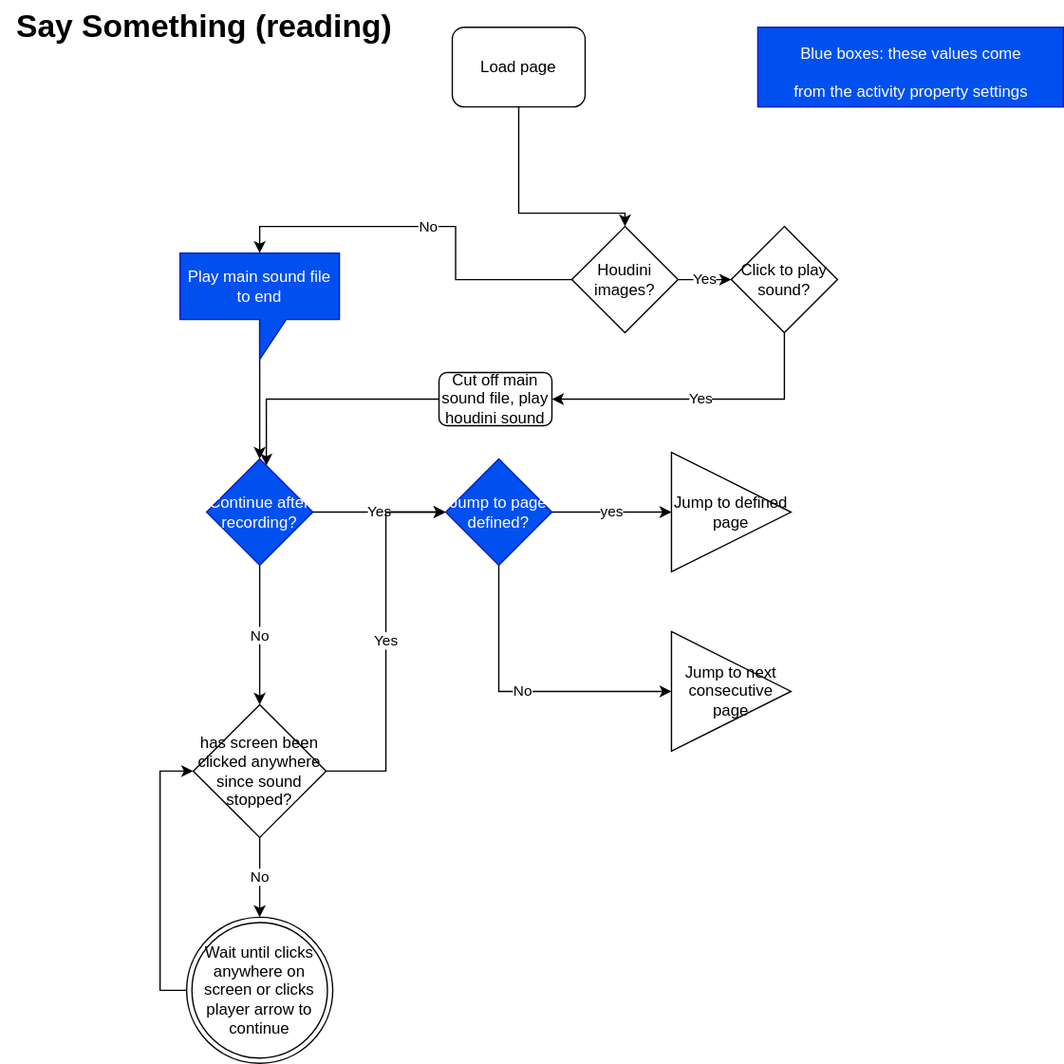
Before: legacy-player/Say-something.drawio.svg, a diagram exported from draw.io (ji-devs/ji-cloud-flowcharts). Source tidied: cells renumbered, new cells last; positions are measured from the earlier drawing's top-left corner, leaving out a move shared by most shapes.
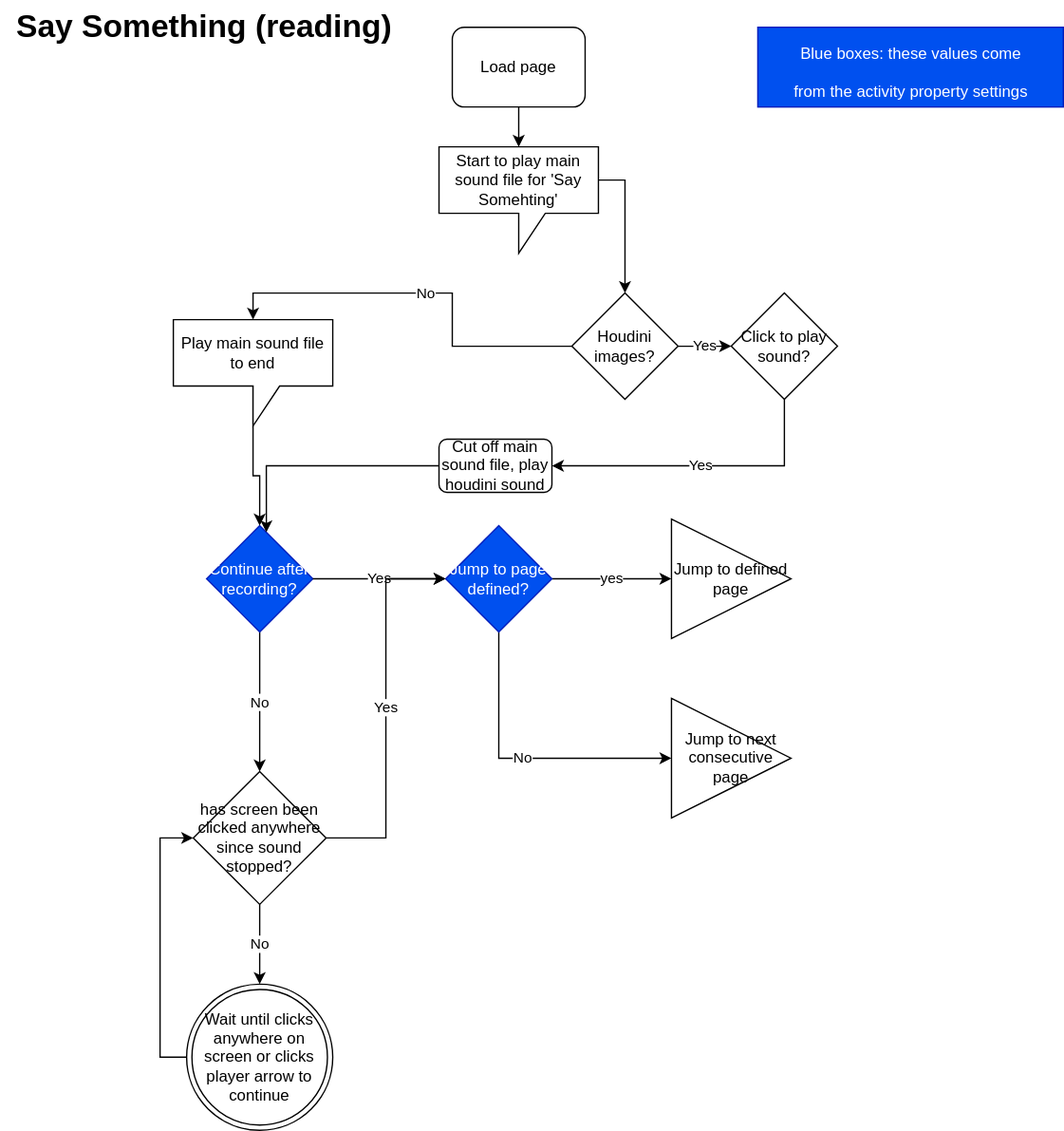
Later version of the same file.

Commit message:
refined the flow

The edit, as a diff of the source:
```diff
@@ -24,7 +24,7 @@
       <mxGeometry relative="1" as="geometry" />
     </mxCell>
     <mxCell id="9" value="Say Something (reading)" style="text;strokeColor=none;fillColor=none;html=1;fontSize=24;fontStyle=1;verticalAlign=middle;align=center;" parent="1" vertex="1">
-      <mxGeometry width="305" height="40" as="geometry" />
+      <mxGeometry y="-50" width="305" height="40" as="geometry" />
     </mxCell>
     <mxCell id="10" value="Jump to next consecutive page" style="triangle;whiteSpace=wrap;html=1;" parent="1" vertex="1">
       <mxGeometry x="505" y="475" width="90" height="90" as="geometry" />
@@ -32,19 +32,14 @@
     <mxCell id="11" style="edgeStyle=orthogonalEdgeStyle;rounded=0;jettySize=auto;html=1;entryX=0.5;entryY=0;entryDx=0;entryDy=0;" parent="1" edge="1" source="12" target="4">
       <mxGeometry relative="1" as="geometry" />
     </mxCell>
-    <mxCell id="12" value="Play main sound file to end" style="shape=callout;whiteSpace=wrap;html=1;perimeter=calloutPerimeter;fillColor=#0050ef;strokeColor=#001DBC;fontColor=#ffffff;" parent="1" vertex="1">
-      <mxGeometry x="135" y="190" width="120" height="80" as="geometry" />
+    <mxCell id="12" value="Play main sound file to end" style="shape=callout;whiteSpace=wrap;html=1;perimeter=calloutPerimeter;" parent="1" vertex="1">
+      <mxGeometry x="130" y="190" width="120" height="80" as="geometry" />
     </mxCell>
-    <mxCell id="13" style="edgeStyle=orthogonalEdgeStyle;rounded=0;jettySize=auto;html=1;exitX=0.5;exitY=1;exitDx=0;exitDy=0;entryX=0.5;entryY=0;entryDx=0;entryDy=0;" parent="1" edge="1" source="14" target="23">
-      <mxGeometry relative="1" as="geometry">
-        <Array as="points">
-          <mxPoint x="390" y="160" />
-          <mxPoint x="470" y="160" />
-        </Array>
-      </mxGeometry>
-    </mxCell>
+    <mxCell id="28" style="edgeStyle=orthogonalEdgeStyle;rounded=0;jettySize=auto;html=1;" parent="1" edge="1" source="14" target="30">
+      <mxGeometry relative="1" as="geometry" />
+    </mxCell>
     <mxCell id="14" value="Load page" style="rounded=1;whiteSpace=wrap;html=1;" parent="1" vertex="1">
-      <mxGeometry x="340" y="20" width="100" height="60" as="geometry" />
+      <mxGeometry x="340" y="-30" width="100" height="60" as="geometry" />
     </mxCell>
     <mxCell id="15" value="Yes" style="edgeStyle=orthogonalEdgeStyle;rounded=0;jettySize=auto;html=1;entryX=0;entryY=0.5;entryDx=0;entryDy=0;" parent="1" edge="1" source="17" target="7">
       <mxGeometry relative="1" as="geometry" />
@@ -67,7 +62,7 @@
       <mxGeometry x="140" y="690" width="110" height="110" as="geometry" />
     </mxCell>
     <mxCell id="20" value="&lt;span style=&quot;font-weight: normal&quot;&gt;&lt;font style=&quot;font-size: 12px&quot;&gt;Blue boxes: these values come &lt;br&gt;from the activity property settings&lt;/font&gt;&lt;/span&gt;" style="text;strokeColor=#001DBC;fillColor=#0050ef;html=1;fontSize=24;fontStyle=1;verticalAlign=middle;align=center;fontColor=#ffffff;" parent="1" vertex="1">
-      <mxGeometry x="570" y="20" width="230" height="60" as="geometry" />
+      <mxGeometry x="570" y="-30" width="230" height="60" as="geometry" />
     </mxCell>
     <mxCell id="21" value="No" style="edgeStyle=orthogonalEdgeStyle;rounded=0;jettySize=auto;html=1;entryX=0.5;entryY=0;entryDx=0;entryDy=0;entryPerimeter=0;" parent="1" edge="1" source="23" target="12">
       <mxGeometry relative="1" as="geometry" />
@@ -90,5 +85,11 @@
     <mxCell id="27" value="Cut off main sound file, play houdini sound" style="rounded=1;whiteSpace=wrap;html=1;" parent="1" vertex="1">
       <mxGeometry x="330" y="280" width="85" height="40" as="geometry" />
     </mxCell>
+    <mxCell id="29" style="edgeStyle=orthogonalEdgeStyle;rounded=0;jettySize=auto;html=1;entryX=0.5;entryY=0;entryDx=0;entryDy=0;exitX=0;exitY=0;exitDx=120;exitDy=25;exitPerimeter=0;" parent="1" edge="1" source="30" target="23">
+      <mxGeometry relative="1" as="geometry" />
+    </mxCell>
+    <mxCell id="30" value="Start to play main sound file for 'Say Somehting'" style="shape=callout;whiteSpace=wrap;html=1;perimeter=calloutPerimeter;" parent="1" vertex="1">
+      <mxGeometry x="330" y="60" width="120" height="80" as="geometry" />
+    </mxCell>
   </root>
 </mxGraphModel>
```
